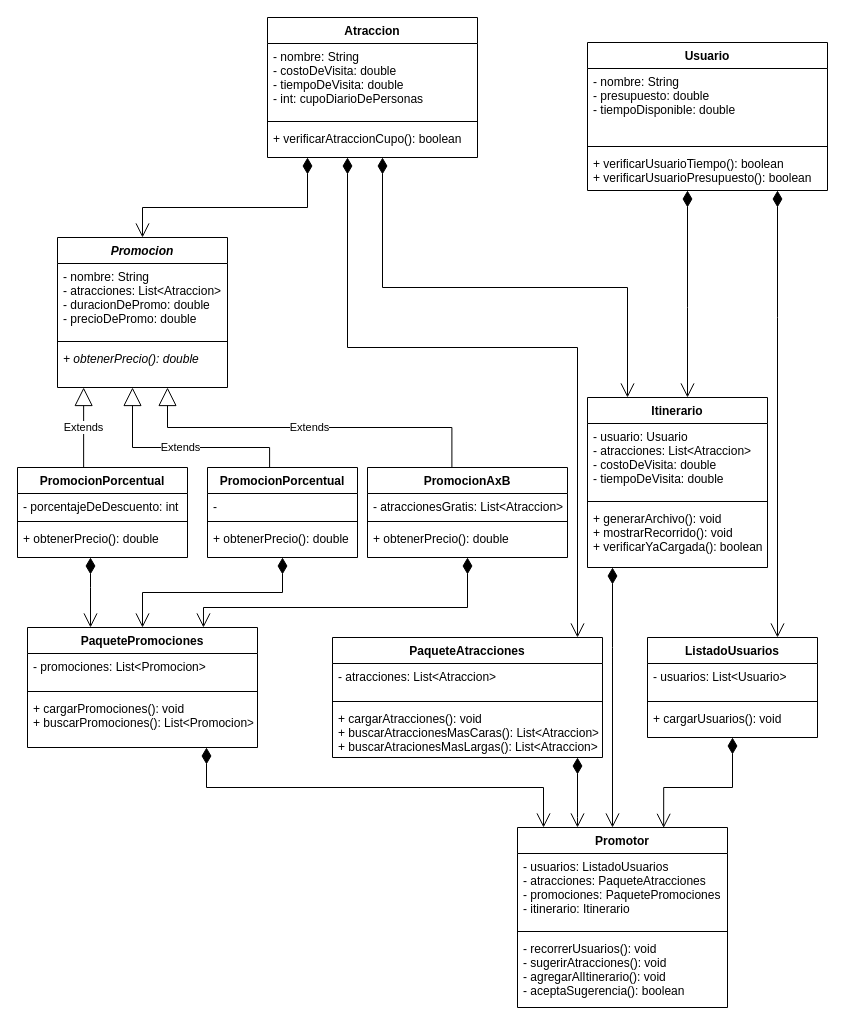
Before: UML/TierraMedia.drawio in telejam/Turismo-en-la-Tierra-Media-1, a draw.io diagram. Source tidied: cells renumbered, new cells numbered last; positions are measured from the earlier drawing's top-left corner, leaving out a move shared by most shapes. Both pictures are drawn from the tidied source at 100%, with x=0, y=0 at pixel (17, 17).
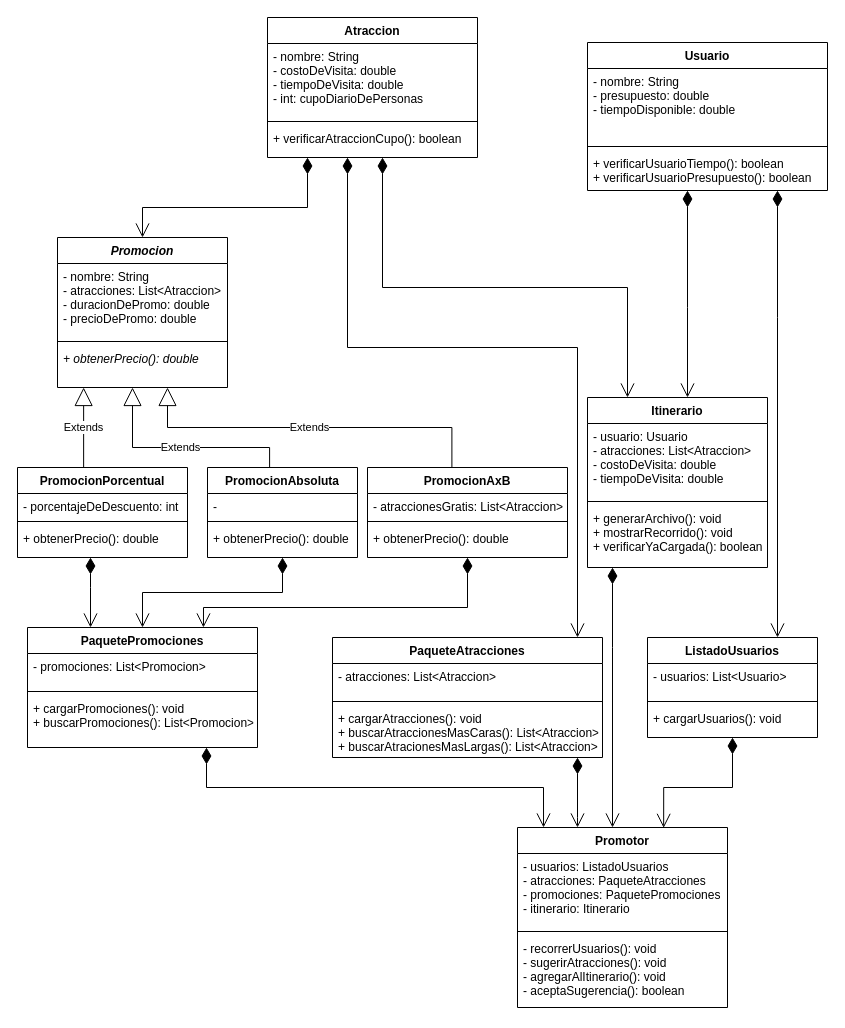
The same page after the edit.

What changed in the source:
```diff
@@
-    <mxCell id="22" value="PromocionPorcentual" style="swimlane;fontStyle=1;align=center;verticalAlign=top;horizontal=1;startSize=26;" parent="1" vertex="1">
+    <mxCell id="22" value="PromocionAbsoluta" style="swimlane;fontStyle=1;align=center;verticalAlign=top;horizontal=1;startSize=26;" parent="1" vertex="1">
       <mxGeometry x="190" y="450" width="150" height="90" as="geometry" />
     </mxCell>
```
